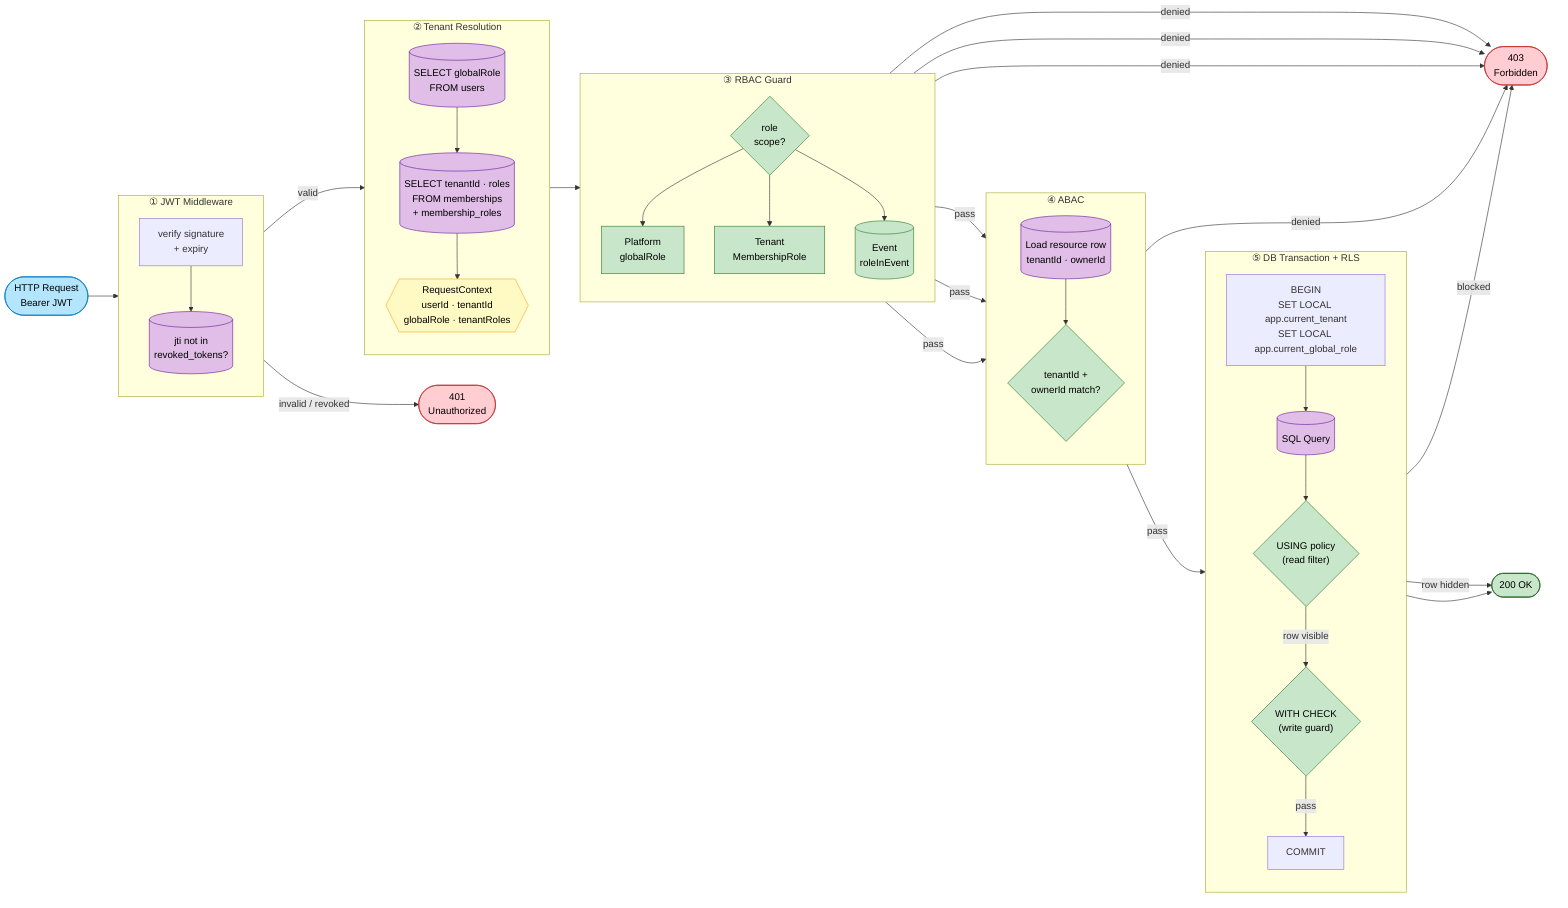
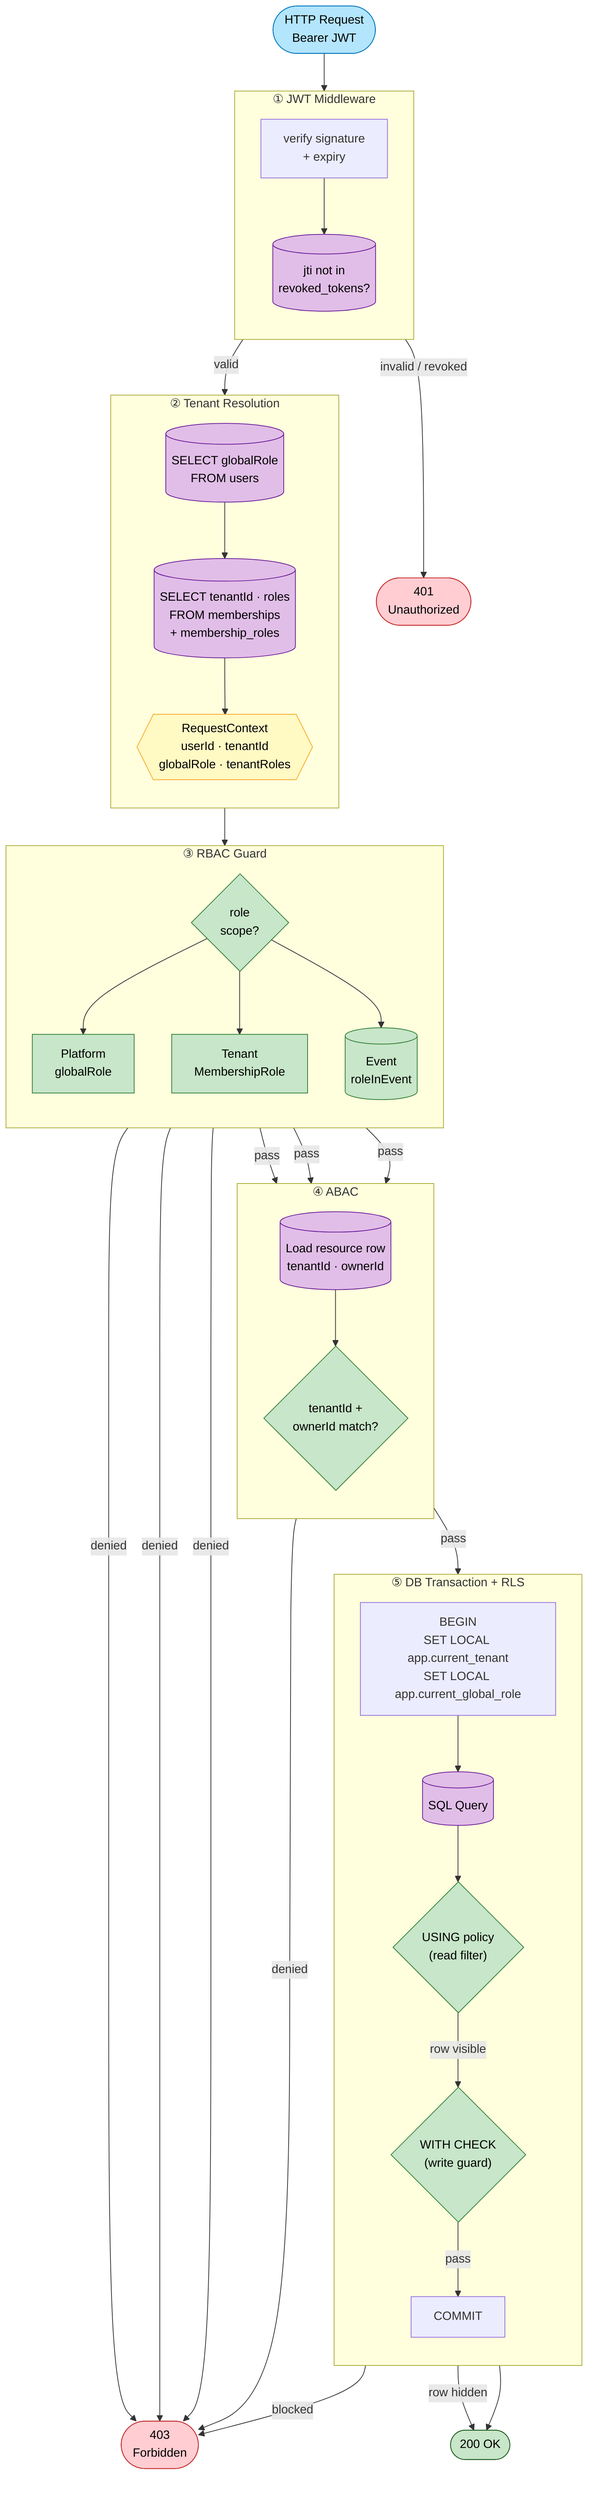
- flowchart LR
+ flowchart TD

    REQ(["HTTP Request\nBearer JWT"])

    subgraph AUTH ["① JWT Middleware"]
        direction TB
        A1["verify signature\n+ expiry"]
        A2[("jti not in\nrevoked_tokens?")]
        A1 --> A2
    end

    subgraph TENCTX ["② Tenant Resolution"]
        direction TB
        T1[("SELECT globalRole\nFROM users")]
        T2[("SELECT tenantId · roles\nFROM memberships\n+ membership_roles")]
        T3{{"RequestContext\nuserId · tenantId\nglobalRole · tenantRoles"}}
        T1 --> T2 --> T3
    end

    subgraph RBAC ["③ RBAC Guard"]
        direction TB
        RB1{"role\nscope?"}
        RB2["Platform\nglobalRole"]
        RB3["Tenant\nMembershipRole"]
        RB4[("Event\nroleInEvent")]
        RB1 --> RB2 & RB3 & RB4
    end

    subgraph ABAC ["④ ABAC"]
        direction TB
        AB1[("Load resource row\ntenantId · ownerId")]
        AB2{"tenantId +\nownerId match?"}
        AB1 --> AB2
    end

    subgraph DBTX ["⑤ DB Transaction + RLS"]
        direction TB
        D1["BEGIN\nSET LOCAL app.current_tenant\nSET LOCAL app.current_global_role"]
        D2[("SQL Query")]
        D3{"USING policy\n(read filter)"}
        D4{"WITH CHECK\n(write guard)"}
        D5["COMMIT"]
        D1 --> D2 --> D3
        D3 -->|row visible| D4
        D4 -->|pass| D5
    end

    E401(["401\nUnauthorized"])
    E403(["403\nForbidden"])
    OK(["200 OK"])

    %% Main happy path
    REQ --> AUTH
    A2 -->|valid| TENCTX
    T3 --> RBAC
    RB2 & RB3 & RB4 -->|pass| ABAC
    AB2 -->|pass| DBTX
    D5 --> OK

    %% Error paths
    A2 -->|invalid / revoked| E401
    RB2 & RB3 & RB4 -->|denied| E403
    AB2 -->|denied| E403
    D3 -->|row hidden| OK
    D4 -->|blocked| E403

    %% Styles
    classDef db    fill:#E1BEE7,stroke:#6A1B9A,color:#000
    classDef ctx   fill:#FFF9C4,stroke:#F9A825,color:#000
    classDef guard fill:#C8E6C9,stroke:#2E7D32,color:#000
    classDef error fill:#FFCDD2,stroke:#C62828,color:#000
    classDef ok    fill:#C8E6C9,stroke:#1B5E20,color:#000
    classDef req   fill:#B3E5FC,stroke:#0277BD,color:#000

    class A2,T1,T2,AB1,D2 db
    class T3 ctx
    class RB1,RB2,RB3,RB4,AB2,D3,D4 guard
    class E401,E403 error
    class OK ok
    class REQ req
